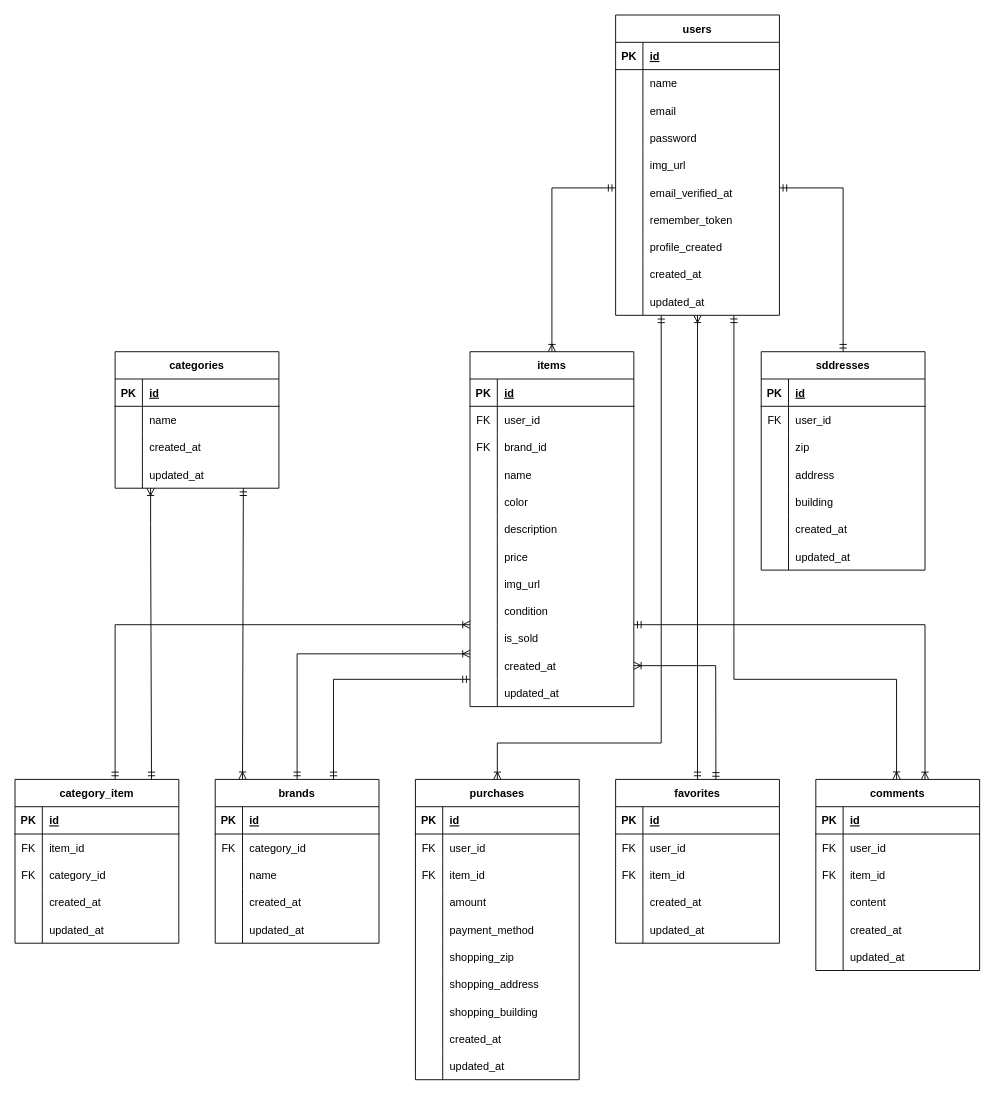
Before: docs/ERD/ER_diagram.drawio in yoshiimika/FleaMarket, a draw.io diagram. Source tidied: cells renumbered, new cells numbered last; positions are measured from the earlier drawing's top-left corner, leaving out a move shared by most shapes. Both pictures are drawn from the tidied source at 91%, with x=0, y=0 at pixel (15, 15).
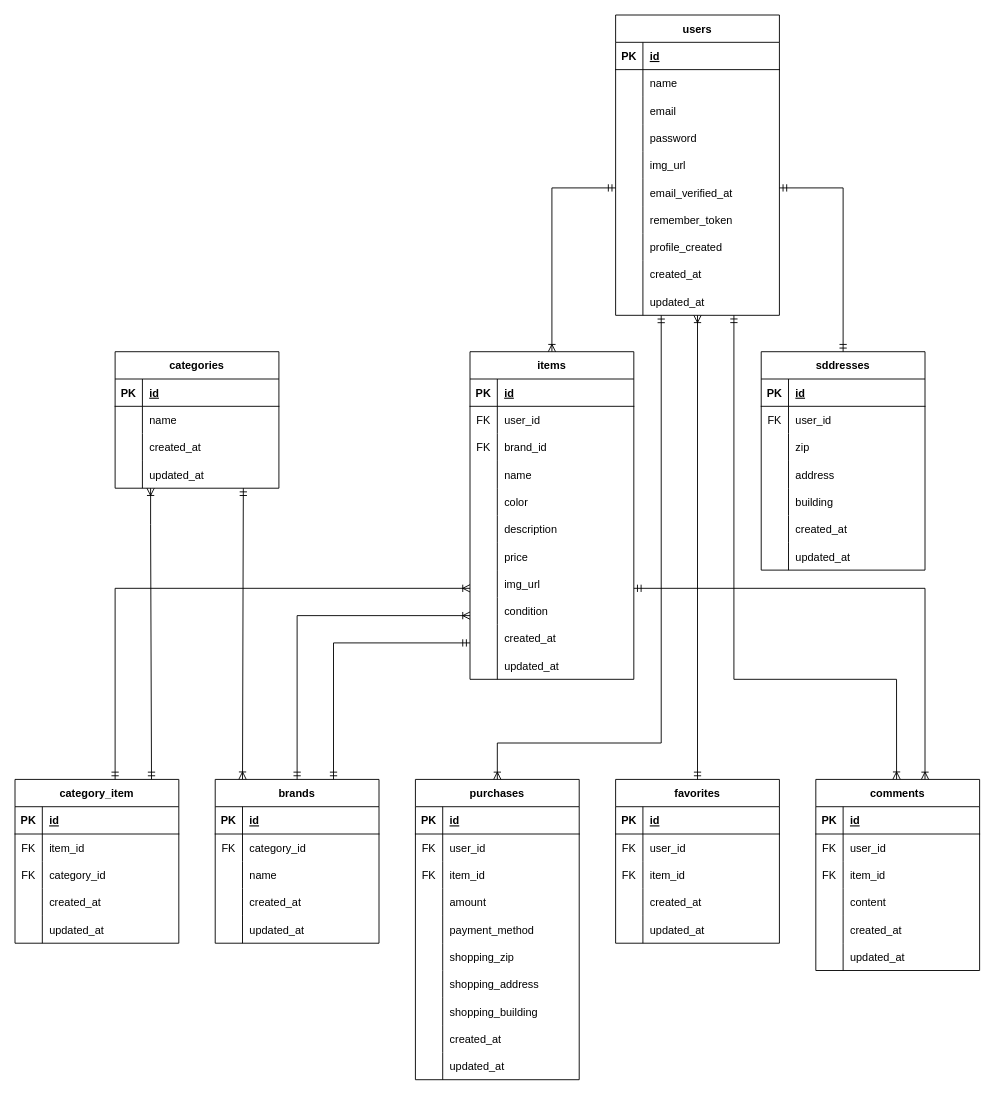
Above is the later version.

The change refers to these unchanged cells:
```xml
<mxCell id="46" value="brands" style="shape=table;startSize=30;childLayout=tableLayout;rowLines=0;fontStyle=1;align=center;" parent="1" vertex="1">
  <mxGeometry x="220" y="840" width="180" height="180" as="geometry" />
</mxCell>
<mxCell id="84" style="shape=tableRow;horizontal=0;startSize=0;swimlaneHead=0;swimlaneBody=0;fillColor=none;points=[[0,0.5],[1,0.5]];portConstraint=eastwest;top=0;left=0;right=0;bottom=0;" parent="62" vertex="1">
  <mxGeometry y="240" width="180" height="30" as="geometry" />
</mxCell>
<mxCell id="99" value="favorites" style="shape=table;startSize=30;childLayout=tableLayout;rowLines=0;fontStyle=1;align=center;" parent="1" vertex="1">
  <mxGeometry x="660" y="840" width="180" height="180" as="geometry" />
</mxCell>
```

Change to the diagram source:
```diff
@@
     <mxCell id="62" value="items" style="shape=table;startSize=30;childLayout=tableLayout;rowLines=0;fontStyle=1;align=center;" parent="1" vertex="1">
-      <mxGeometry x="500" y="370" width="180" height="390" as="geometry" />
+      <mxGeometry x="500" y="370" width="180" height="360" as="geometry" />
     </mxCell>
@@
-    <mxCell id="90" style="shape=tableRow;horizontal=0;startSize=0;swimlaneHead=0;swimlaneBody=0;fillColor=none;top=0;left=0;right=0;bottom=0;" parent="62" vertex="1">
-      <mxGeometry y="300" width="180" height="30" as="geometry" />
-    </mxCell>
-    <mxCell id="91" style="shape=partialRectangle;fillColor=none;top=0;left=0;bottom=0;right=0;overflow=hidden;" parent="90" vertex="1">
-      <mxGeometry width="30" height="30" as="geometry" />
-    </mxCell>
-    <mxCell id="92" value="is_sold" style="shape=partialRectangle;fillColor=none;top=0;left=0;bottom=0;right=0;align=left;spacingLeft=6;overflow=hidden;" parent="90" vertex="1">
-      <mxGeometry x="30" width="150" height="30" as="geometry" />
-    </mxCell>
     <mxCell id="93" style="shape=tableRow;horizontal=0;startSize=0;swimlaneHead=0;swimlaneBody=0;fillColor=none;points=[[0,0.5],[1,0.5]];portConstraint=eastwest;top=0;left=0;right=0;bottom=0;" parent="62" vertex="1">
-      <mxGeometry y="330" width="180" height="30" as="geometry" />
+      <mxGeometry y="300" width="180" height="30" as="geometry" />
     </mxCell>
@@
     <mxCell id="96" style="shape=tableRow;horizontal=0;startSize=0;swimlaneHead=0;swimlaneBody=0;fillColor=none;top=0;left=0;right=0;bottom=0;" parent="62" vertex="1">
-      <mxGeometry y="360" width="180" height="30" as="geometry" />
+      <mxGeometry y="330" width="180" height="30" as="geometry" />
     </mxCell>
@@
-    <mxCell id="208" style="edgeStyle=orthogonalEdgeStyle;fontSize=12;html=1;endArrow=ERoneToMany;startArrow=ERmandOne;rounded=0;" parent="1" edge="1">
+    <mxCell id="208" style="edgeStyle=orthogonalEdgeStyle;fontSize=12;html=1;endArrow=ERoneToMany;startArrow=ERmandOne;rounded=0;" parent="1" edge="1" source="84">
       <mxGeometry relative="1" as="geometry">
-        <mxPoint x="680" y="670" as="sourcePoint" />
         <mxPoint x="1000" y="840" as="targetPoint" />
         <Array as="points">
-          <mxPoint x="680" y="670" />
-          <mxPoint x="1000" y="670" />
-          <mxPoint x="1000" y="840" />
+          <mxPoint x="1000" y="630" />
         </Array>
       </mxGeometry>
     </mxCell>
-    <mxCell id="209" style="edgeStyle=orthogonalEdgeStyle;fontSize=12;html=1;endArrow=ERoneToMany;startArrow=ERmandOne;rounded=0;exitX=0.612;exitY=0.003;exitDx=0;exitDy=0;exitPerimeter=0;" parent="1" edge="1" source="99" target="93">
-      <mxGeometry relative="1" as="geometry">
-        <Array as="points">
-          <mxPoint x="770" y="837" />
-          <mxPoint x="770" y="837" />
-          <mxPoint x="770" y="715" />
-        </Array>
-      </mxGeometry>
-    </mxCell>
     <mxCell id="210" style="edgeStyle=orthogonalEdgeStyle;fontSize=12;html=1;endArrow=ERoneToMany;startArrow=ERmandOne;rounded=0;" parent="1" edge="1">
       <mxGeometry relative="1" as="geometry">
         <mxPoint x="110" y="840" as="sourcePoint" />
-        <mxPoint x="500" y="670" as="targetPoint" />
+        <mxPoint x="500" y="630" as="targetPoint" />
         <Array as="points">
-          <mxPoint x="110" y="670" />
+          <mxPoint x="110" y="630" />
+          <mxPoint x="500" y="630" />
         </Array>
       </mxGeometry>
     </mxCell>
-    <mxCell id="211" style="edgeStyle=orthogonalEdgeStyle;fontSize=12;html=1;endArrow=ERoneToMany;startArrow=ERmandOne;rounded=0;exitX=0.5;exitY=0;exitDx=0;exitDy=0;" parent="1" edge="1" source="46" target="93">
+    <mxCell id="211" style="edgeStyle=orthogonalEdgeStyle;fontSize=12;html=1;endArrow=ERoneToMany;startArrow=ERmandOne;rounded=0;exitX=0.5;exitY=0;exitDx=0;exitDy=0;" parent="1" edge="1" source="46">
       <mxGeometry relative="1" as="geometry">
+        <mxPoint x="500" y="660" as="targetPoint" />
         <Array as="points">
-          <mxPoint x="310" y="702" />
+          <mxPoint x="310" y="660" />
         </Array>
       </mxGeometry>
     </mxCell>
@@
     <mxCell id="214" style="edgeStyle=orthogonalEdgeStyle;fontSize=12;html=1;endArrow=ERmandOne;startArrow=ERmandOne;rounded=0;" parent="1" edge="1">
       <mxGeometry relative="1" as="geometry">
         <mxPoint x="350" y="840" as="sourcePoint" />
-        <mxPoint x="500" y="730" as="targetPoint" />
+        <mxPoint x="500" y="690" as="targetPoint" />
         <Array as="points">
-          <mxPoint x="350" y="730" />
-          <mxPoint x="500" y="730" />
+          <mxPoint x="350" y="690" />
+          <mxPoint x="500" y="690" />
         </Array>
       </mxGeometry>
     </mxCell>
```
